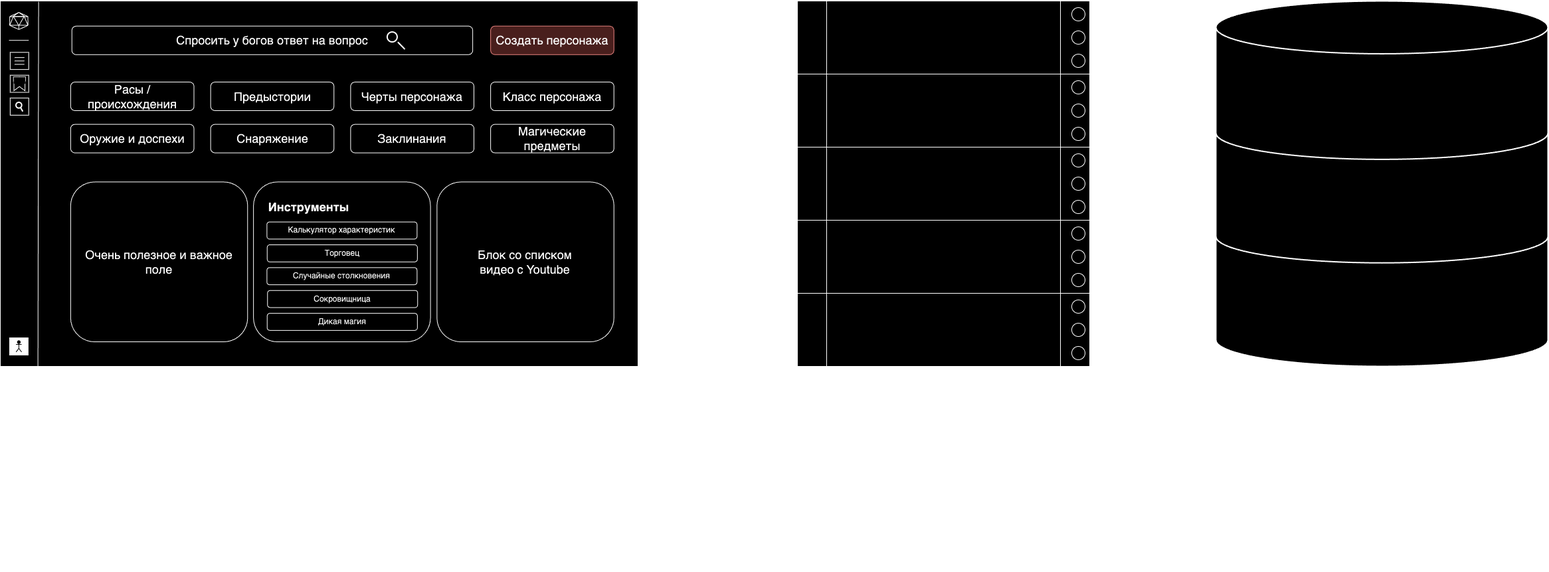
Before: Alexanyan_Aleksandr/Task05_Architechure.png, a diagram exported from draw.io (abdullahproff/BSA21_1). Source tidied: cells renumbered, new cells last; positions are measured from the earlier drawing's top-left corner, leaving out a move shared by most shapes.
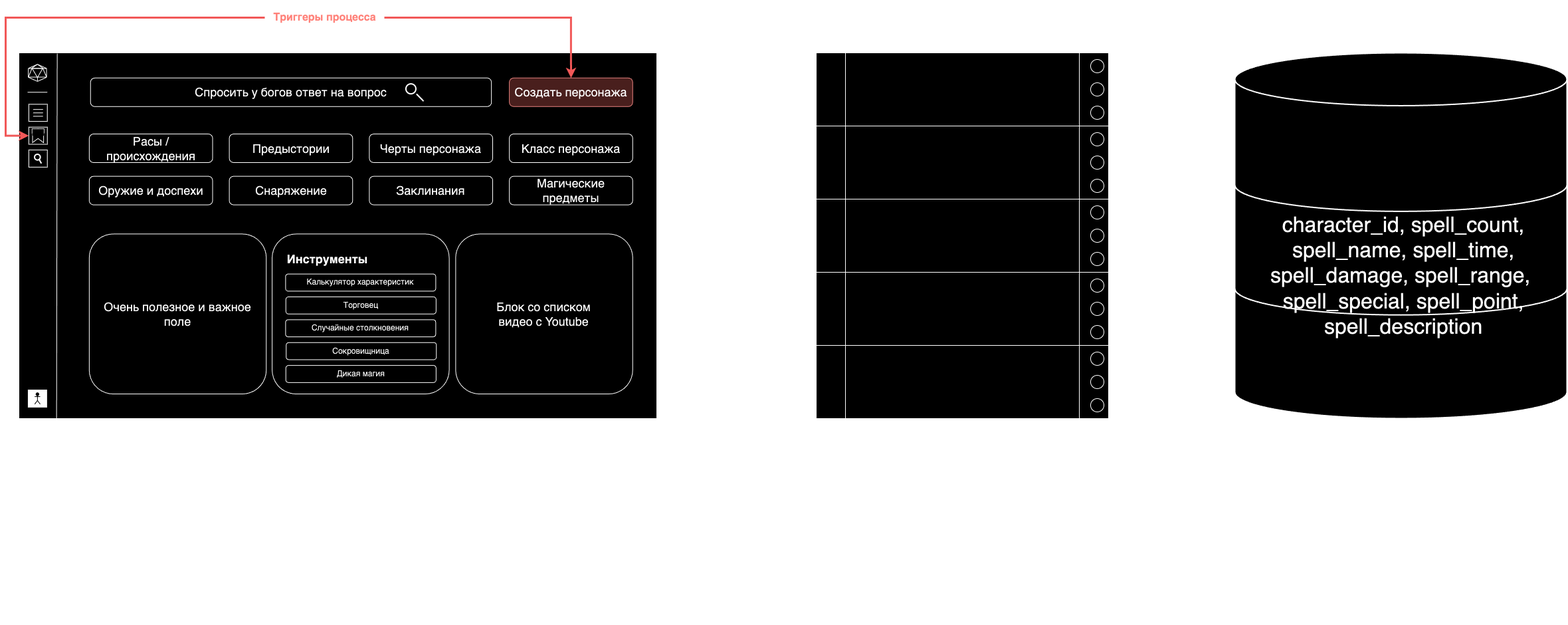
Above is the later version.

What changed in the source:
```diff
@@ -256,18 +256,6 @@
     <mxCell id="67" value="&lt;font style=&quot;font-size: 18px;&quot;&gt;Создать персонажа&lt;/font&gt;" style="rounded=1;whiteSpace=wrap;html=1;fillColor=#f8cecc;strokeColor=#b85450;" parent="2" vertex="1">
       <mxGeometry x="738.1" y="37.8" width="185.7" height="43" as="geometry" />
     </mxCell>
-    <mxCell id="68" style="group;" parent="1" vertex="1">
-      <mxGeometry x="1830" width="500" height="550" as="geometry" />
-    </mxCell>
-    <mxCell id="69" style="strokeWidth=2;html=1;shape=mxgraph.flowchart.database;whiteSpace=wrap;" parent="68" vertex="1">
-      <mxGeometry y="311.6" width="500" height="238.4" as="geometry" />
-    </mxCell>
-    <mxCell id="70" style="strokeWidth=2;html=1;shape=mxgraph.flowchart.database;whiteSpace=wrap;" parent="68" vertex="1">
-      <mxGeometry y="155.8" width="500" height="238.4" as="geometry" />
-    </mxCell>
-    <mxCell id="71" style="strokeWidth=2;html=1;shape=mxgraph.flowchart.database;whiteSpace=wrap;" parent="68" vertex="1">
-      <mxGeometry width="500" height="238.4" as="geometry" />
-    </mxCell>
     <mxCell id="72" value="A" style="text;html=1;align=center;verticalAlign=middle;strokeColor=none;fillColor=none;fontSize=72;" parent="1" vertex="1">
       <mxGeometry x="482" y="580" width="70" height="100" as="geometry" />
     </mxCell>
@@ -280,8 +268,8 @@
     <mxCell id="75" value="A - Front-end, веб-сайт&lt;div style=&quot;font-size: 32px;&quot;&gt;B - Back-end, сервер&lt;/div&gt;&lt;div style=&quot;font-size: 32px;&quot;&gt;C - Реляционная БД, PostGreSQL&lt;/div&gt;" style="text;html=1;align=left;verticalAlign=middle;strokeColor=none;fillColor=none;fontSize=32;" parent="1" vertex="1">
       <mxGeometry x="120" y="730" width="530" height="130" as="geometry" />
     </mxCell>
-    <mxCell id="76" value="1 - HTTPS&lt;div&gt;2 - character_id, main_stats, spells, equipment, race, background, feats&lt;/div&gt;" style="text;html=1;align=left;verticalAlign=middle;strokeColor=none;fillColor=none;fontSize=32;" parent="1" vertex="1">
-      <mxGeometry x="830" y="750" width="1040" height="90" as="geometry" />
+    <mxCell id="76" value="1 - HTTPS&lt;div&gt;2 - PostGreSQL Protocol (TCP/IP)&lt;br&gt;&lt;/div&gt;" style="text;html=1;align=left;verticalAlign=middle;strokeColor=none;fillColor=none;fontSize=32;" parent="1" vertex="1">
+      <mxGeometry x="830" y="750" width="510" height="90" as="geometry" />
     </mxCell>
     <mxCell id="77" style="group;" parent="1" vertex="1">
       <mxGeometry x="1200" width="440" height="550" as="geometry" />
@@ -349,8 +337,10 @@
     <mxCell id="98" style="edgeStyle=orthogonalEdgeStyle;rounded=0;jettySize=auto;html=1;entryX=0;entryY=0.5;entryDx=0;entryDy=0;startArrow=classic;startFill=1;strokeWidth=10;" parent="1" edge="1" source="3" target="80">
       <mxGeometry relative="1" as="geometry" />
     </mxCell>
-    <mxCell id="99" style="edgeStyle=orthogonalEdgeStyle;rounded=0;jettySize=auto;html=1;entryX=0;entryY=0.5;entryDx=0;entryDy=0;startArrow=classic;startFill=1;strokeWidth=10;exitX=1;exitY=0.5;exitDx=0;exitDy=0;entryPerimeter=0;" parent="1" edge="1" source="80" target="70">
-      <mxGeometry relative="1" as="geometry" />
+    <mxCell id="99" style="edgeStyle=orthogonalEdgeStyle;rounded=0;jettySize=auto;html=1;entryX=0;entryY=0.5;entryDx=0;entryDy=0;startArrow=classic;startFill=1;strokeWidth=10;exitX=1;exitY=0.5;exitDx=0;exitDy=0;entryPerimeter=0;" parent="1" edge="1" source="80">
+      <mxGeometry relative="1" as="geometry">
+        <mxPoint x="1830" y="275" as="targetPoint" />
+      </mxGeometry>
     </mxCell>
     <mxCell id="100" value="1" style="text;html=1;align=center;verticalAlign=middle;strokeColor=none;fillColor=none;fontSize=72;" parent="1" vertex="1">
       <mxGeometry x="1045" y="170" width="60" height="100" as="geometry" />
@@ -358,5 +348,31 @@
     <mxCell id="101" value="2" style="text;html=1;align=center;verticalAlign=middle;strokeColor=none;fillColor=none;fontSize=72;" parent="1" vertex="1">
       <mxGeometry x="1705" y="150" width="60" height="100" as="geometry" />
     </mxCell>
+    <mxCell id="102" style="edgeStyle=orthogonalEdgeStyle;rounded=0;jettySize=auto;html=1;entryX=0.5;entryY=0;entryDx=0;entryDy=0;strokeWidth=3;strokeColor=#FF6666;" parent="1" edge="1" source="104" target="67">
+      <mxGeometry relative="1" as="geometry" />
+    </mxCell>
+    <mxCell id="103" style="edgeStyle=orthogonalEdgeStyle;rounded=0;jettySize=auto;html=1;strokeWidth=3;strokeColor=#FF6666;entryX=0;entryY=0.5;entryDx=0;entryDy=0;" parent="1" edge="1" source="104" target="6">
+      <mxGeometry relative="1" as="geometry">
+        <Array as="points">
+          <mxPoint x="-20" y="-53" />
+          <mxPoint x="-20" y="125" />
+        </Array>
+      </mxGeometry>
+    </mxCell>
+    <mxCell id="104" value="Триггеры процесса" style="text;strokeColor=none;fillColor=none;html=1;fontSize=16;fontStyle=1;verticalAlign=middle;align=center;fontColor=#FF1F17;" parent="1" vertex="1">
+      <mxGeometry x="370" y="-80" width="180" height="54" as="geometry" />
+    </mxCell>
+    <mxCell id="105" style="strokeWidth=2;html=1;shape=mxgraph.flowchart.database;whiteSpace=wrap;fillColor=default;" parent="1" vertex="1">
+      <mxGeometry x="1830" y="311.6" width="500" height="238.4" as="geometry" />
+    </mxCell>
+    <mxCell id="106" style="strokeWidth=2;html=1;shape=mxgraph.flowchart.database;whiteSpace=wrap;fillColor=default;" parent="1" vertex="1">
+      <mxGeometry x="1830" y="155.8" width="500" height="238.4" as="geometry" />
+    </mxCell>
+    <mxCell id="107" style="strokeWidth=2;html=1;shape=mxgraph.flowchart.database;whiteSpace=wrap;fillColor=default;" parent="1" vertex="1">
+      <mxGeometry x="1830" width="500" height="238.4" as="geometry" />
+    </mxCell>
+    <mxCell id="108" value="&lt;div style=&quot;text-align: center;&quot;&gt;character_id, spell_count,&lt;/div&gt;&lt;div style=&quot;text-align: center;&quot;&gt;spell_name,&amp;nbsp;&lt;span style=&quot;background-color: initial;&quot;&gt;spell_time&lt;/span&gt;&lt;span style=&quot;background-color: initial;&quot;&gt;,&lt;/span&gt;&lt;/div&gt;&lt;div style=&quot;text-align: center;&quot;&gt;&lt;span style=&quot;background-color: initial;&quot;&gt;spell_damage,&lt;/span&gt;&lt;span style=&quot;background-color: initial;&quot;&gt;&amp;nbsp;&lt;/span&gt;spell_range,&amp;nbsp;&lt;/div&gt;&lt;div style=&quot;text-align: center;&quot;&gt;spell_special, spell_point,&lt;/div&gt;&lt;div style=&quot;text-align: center;&quot;&gt;&lt;span style=&quot;background-color: initial;&quot;&gt;spell_description&lt;br&gt;&lt;/span&gt;&lt;/div&gt;" style="text;html=1;align=left;verticalAlign=middle;strokeColor=none;fillColor=none;fontSize=32;" parent="1" vertex="1">
+      <mxGeometry x="1882" y="230" width="420" height="210" as="geometry" />
+    </mxCell>
   </root>
 </mxGraphModel>
```
